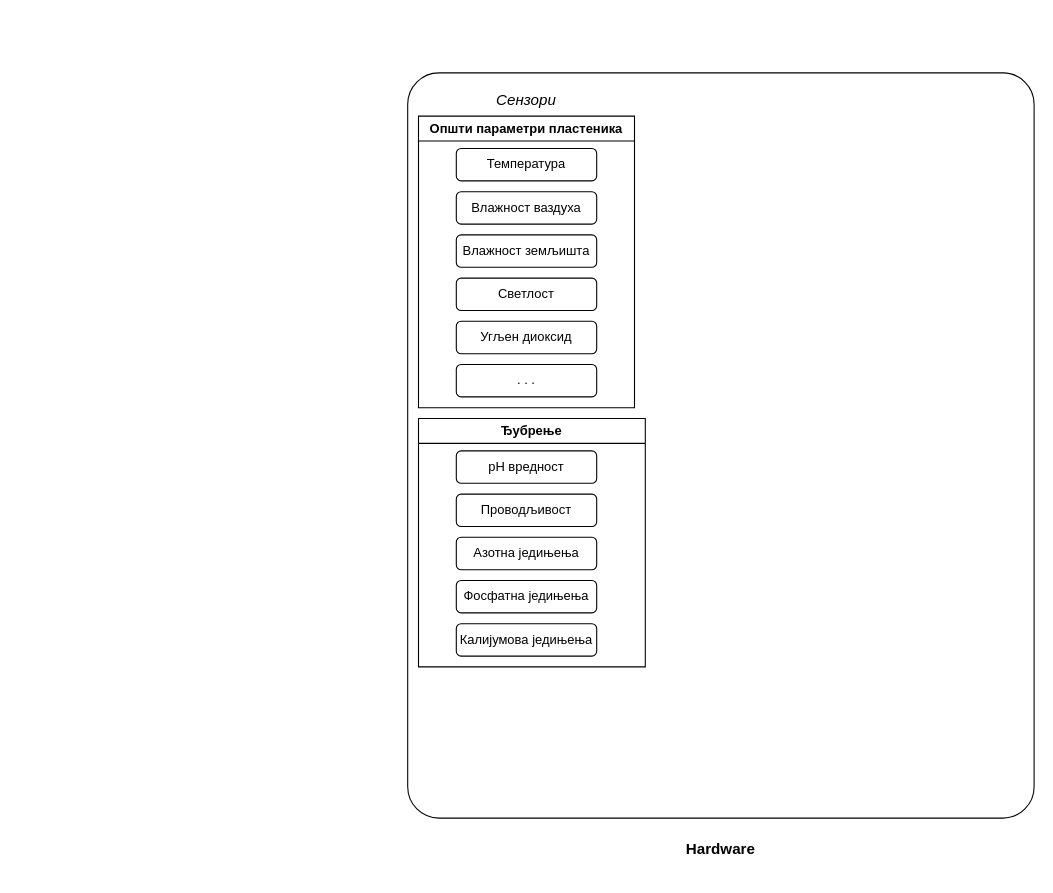
Above: Support/Architectural design/ArchitectureOverview.drawio in bozzano101/FuzzyGreenhouse (draw.io), before the change. Source tidied: cells renumbered, new cells numbered last; positions are measured from the earlier drawing's top-left corner, leaving out a move shared by most shapes. Both pictures are drawn from the tidied source at 108%, with x=0, y=0 at pixel (407, 72).
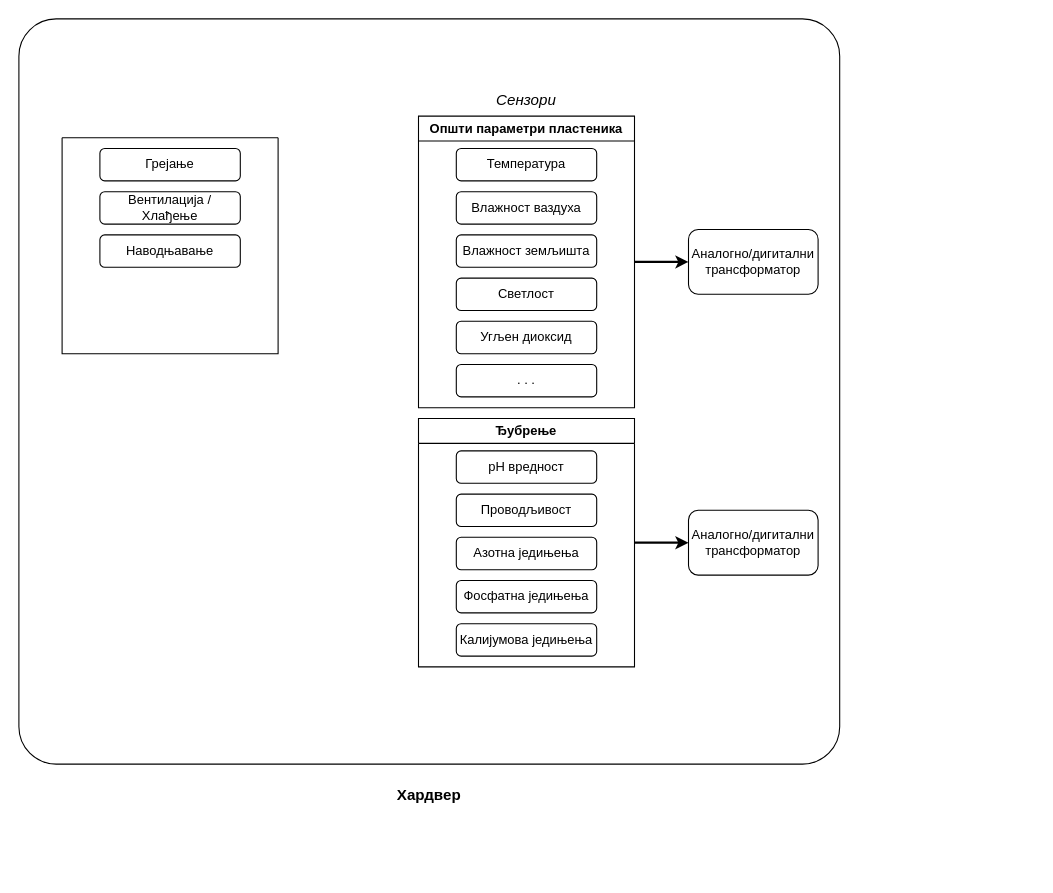
The same diagram, later.

The change refers to these unchanged cells:
```xml
<mxCell id="3" value="Општи параметри пластеника" style="swimlane;whiteSpace=wrap;html=1;" parent="1" vertex="1">
  <mxGeometry x="10" y="40" width="200" height="270" as="geometry" />
</mxCell>
```

Diff of the diagram source:
```diff
@@
-    <mxCell id="2" value="&lt;h3&gt;&lt;b&gt;Hardware&lt;/b&gt;&lt;/h3&gt;" style="rounded=1;whiteSpace=wrap;html=1;labelPosition=center;verticalLabelPosition=bottom;align=center;verticalAlign=top;horizontal=1;arcSize=5;" parent="1" vertex="1">
-      <mxGeometry width="580" height="690" as="geometry" />
+    <mxCell id="2" value="&lt;h3&gt;Хардвер&lt;br&gt;&lt;/h3&gt;" style="rounded=1;whiteSpace=wrap;html=1;labelPosition=center;verticalLabelPosition=bottom;align=center;verticalAlign=top;horizontal=1;arcSize=5;" parent="1" vertex="1">
+      <mxGeometry x="-360" y="-50" width="760" height="690" as="geometry" />
     </mxCell>
+    <mxCell id="18" style="edgeStyle=orthogonalEdgeStyle;rounded=0;jettySize=auto;html=1;exitX=1;exitY=0.5;exitDx=0;exitDy=0;entryX=0;entryY=0.5;entryDx=0;entryDy=0;strokeWidth=2;" parent="1" edge="1" source="3" target="20">
+      <mxGeometry relative="1" as="geometry" />
+    </mxCell>
@@
+    <mxCell id="19" style="edgeStyle=orthogonalEdgeStyle;rounded=0;jettySize=auto;html=1;exitX=1;exitY=0.5;exitDx=0;exitDy=0;entryX=0;entryY=0.5;entryDx=0;entryDy=0;strokeWidth=2;" parent="1" edge="1" source="11" target="21">
+      <mxGeometry relative="1" as="geometry" />
+    </mxCell>
     <mxCell id="11" value="Ђубрење" style="swimlane;whiteSpace=wrap;html=1;" parent="1" vertex="1">
-      <mxGeometry x="10" y="320" width="210" height="230" as="geometry" />
+      <mxGeometry x="10" y="320" width="200" height="230" as="geometry" />
     </mxCell>
@@
+    <mxCell id="20" value="Аналогно/дигитални трансформатор" style="rounded=1;whiteSpace=wrap;html=1;" parent="1" vertex="1">
+      <mxGeometry x="260" y="145" width="120" height="60" as="geometry" />
+    </mxCell>
+    <mxCell id="21" value="Аналогно/дигитални трансформатор" style="rounded=1;whiteSpace=wrap;html=1;strokeWidth=1;" parent="1" vertex="1">
+      <mxGeometry x="260" y="405" width="120" height="60" as="geometry" />
+    </mxCell>
+    <mxCell id="22" style="swimlane;startSize=0;" parent="1" vertex="1">
+      <mxGeometry x="-320" y="60" width="200" height="200" as="geometry" />
+    </mxCell>
+    <mxCell id="23" value="Вентилација / Хлађење" style="rounded=1;whiteSpace=wrap;html=1;" parent="22" vertex="1">
+      <mxGeometry x="35" y="50" width="130" height="30" as="geometry" />
+    </mxCell>
+    <mxCell id="24" value="Грејање" style="rounded=1;whiteSpace=wrap;html=1;" parent="1" vertex="1">
+      <mxGeometry x="-285" y="70" width="130" height="30" as="geometry" />
+    </mxCell>
+    <mxCell id="25" value="Наводњавање" style="rounded=1;whiteSpace=wrap;html=1;" parent="1" vertex="1">
+      <mxGeometry x="-285" y="150" width="130" height="30" as="geometry" />
+    </mxCell>
```
